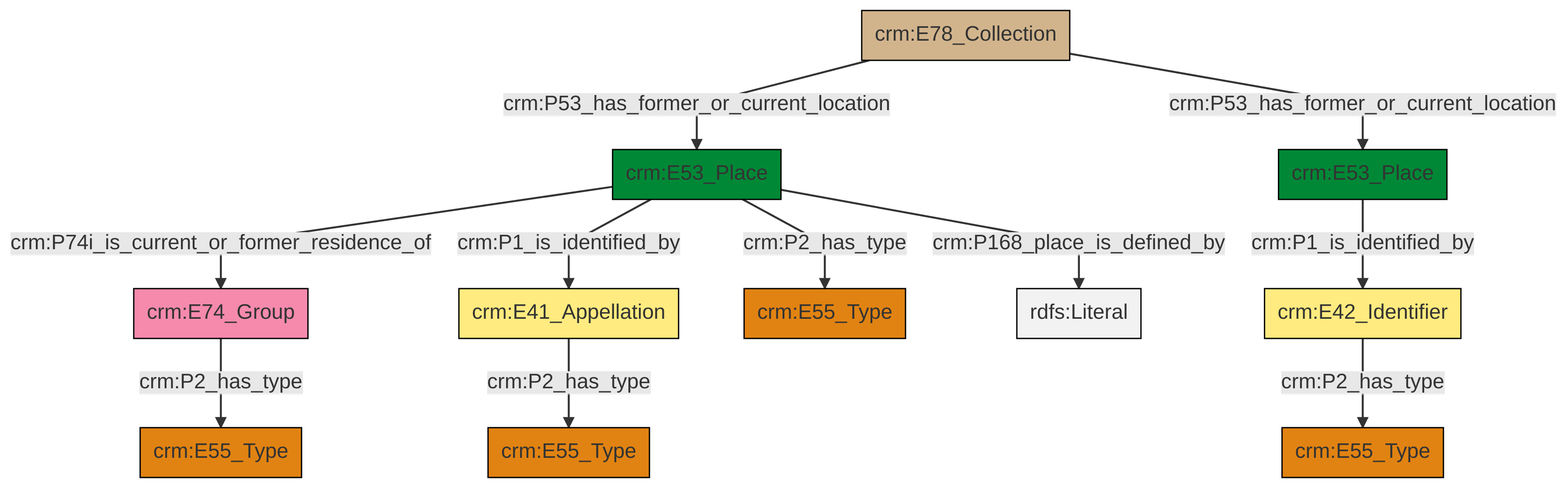
swiss-art-research-net/docs.swissartresearch keeps this Mermaid diagram as et/archivalCSV/ttl/mmd/png/archival_location.png. Above is the earlier version. Its source is kept beside it as et/archivalCSV/ttl/mmd/archival_location.ttl.mmd.
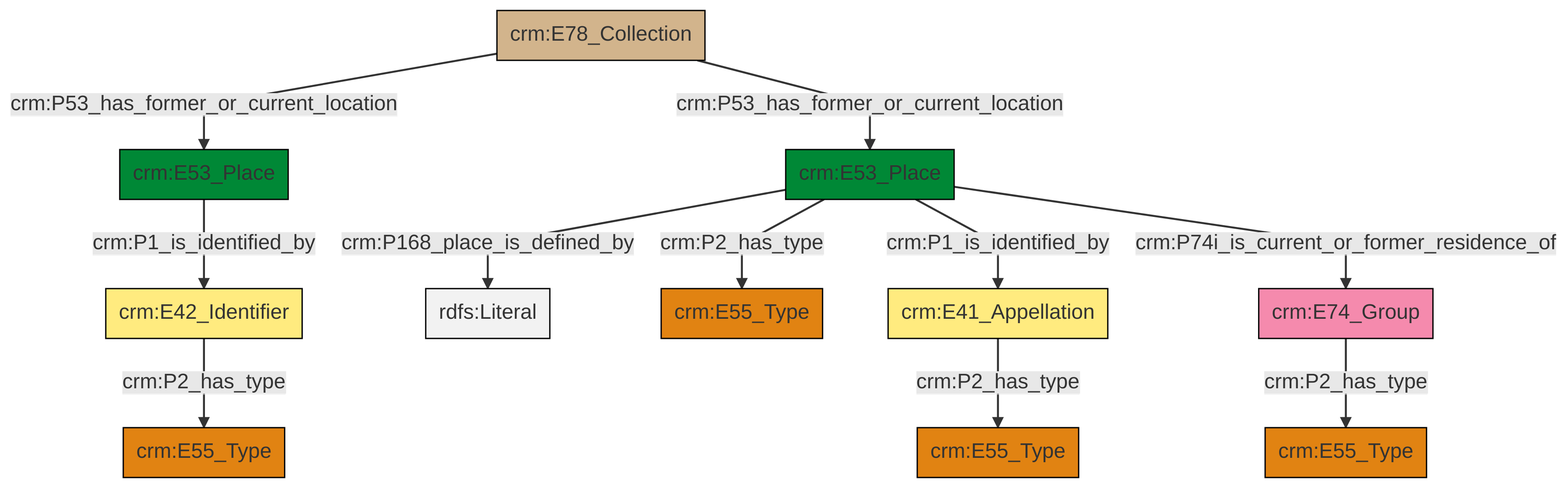
Above is the later version.

What changed in the source:
```diff
@@ -13,13 +13,13 @@
 classDef PC_Classes fill:#4ce600, stroke:#000000;
 classDef Multi fill:#cccccc,stroke:#000000;
 
-0["crm:E53_Place"]:::Place -->|crm:P74i_is_current_or_former_residence_of| 2["crm:E74_Group"]:::Actor
-8["crm:E41_Appellation"]:::Appellation -->|crm:P2_has_type| 9["crm:E55_Type"]:::Type
-0["crm:E53_Place"]:::Place -->|crm:P168_place_is_defined_by| 15[rdfs:Literal]:::Literal
-13["crm:E78_Collection"]:::Physical_Thing -->|crm:P53_has_former_or_current_location| 0["crm:E53_Place"]:::Place
-13["crm:E78_Collection"]:::Physical_Thing -->|crm:P53_has_former_or_current_location| 4["crm:E53_Place"]:::Place
-19["crm:E42_Identifier"]:::Appellation -->|crm:P2_has_type| 16["crm:E55_Type"]:::Type
-2["crm:E74_Group"]:::Actor -->|crm:P2_has_type| 6["crm:E55_Type"]:::Type
-0["crm:E53_Place"]:::Place -->|crm:P1_is_identified_by| 8["crm:E41_Appellation"]:::Appellation
-0["crm:E53_Place"]:::Place -->|crm:P2_has_type| 11["crm:E55_Type"]:::Type
-4["crm:E53_Place"]:::Place -->|crm:P1_is_identified_by| 19["crm:E42_Identifier"]:::Appellation
+0["crm:E78_Collection"]:::Physical_Thing -->|crm:P53_has_former_or_current_location| 1["crm:E53_Place"]:::Place
+2["crm:E53_Place"]:::Place -->|crm:P168_place_is_defined_by| 3[rdfs:Literal]:::Literal
+6["crm:E41_Appellation"]:::Appellation -->|crm:P2_has_type| 8["crm:E55_Type"]:::Type
+2["crm:E53_Place"]:::Place -->|crm:P2_has_type| 9["crm:E55_Type"]:::Type
+11["crm:E42_Identifier"]:::Appellation -->|crm:P2_has_type| 12["crm:E55_Type"]:::Type
+2["crm:E53_Place"]:::Place -->|crm:P1_is_identified_by| 6["crm:E41_Appellation"]:::Appellation
+2["crm:E53_Place"]:::Place -->|crm:P74i_is_current_or_former_residence_of| 14["crm:E74_Group"]:::Actor
+0["crm:E78_Collection"]:::Physical_Thing -->|crm:P53_has_former_or_current_location| 2["crm:E53_Place"]:::Place
+14["crm:E74_Group"]:::Actor -->|crm:P2_has_type| 4["crm:E55_Type"]:::Type
+1["crm:E53_Place"]:::Place -->|crm:P1_is_identified_by| 11["crm:E42_Identifier"]:::Appellation
```
